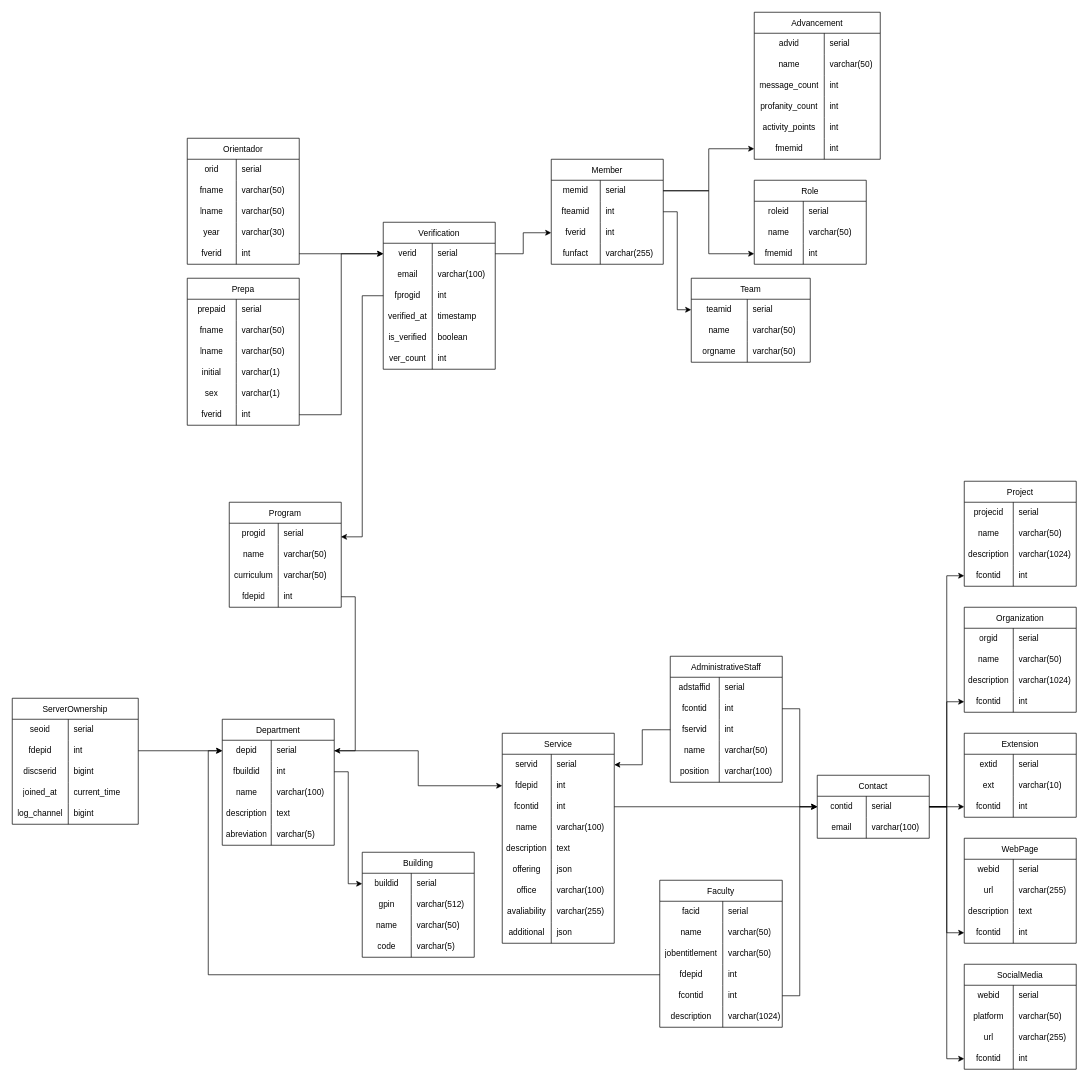
This is schema/Untitled Diagram.drawio from AlfredoSoto1/BotOrientador, a draw.io file, before an edit. Source tidied: cells renumbered, new cells numbered last; positions are measured from the earlier drawing's top-left corner, leaving out a move shared by most shapes. Both pictures are drawn from the tidied source at 70%, with x=0, y=0 at pixel (12, 12).
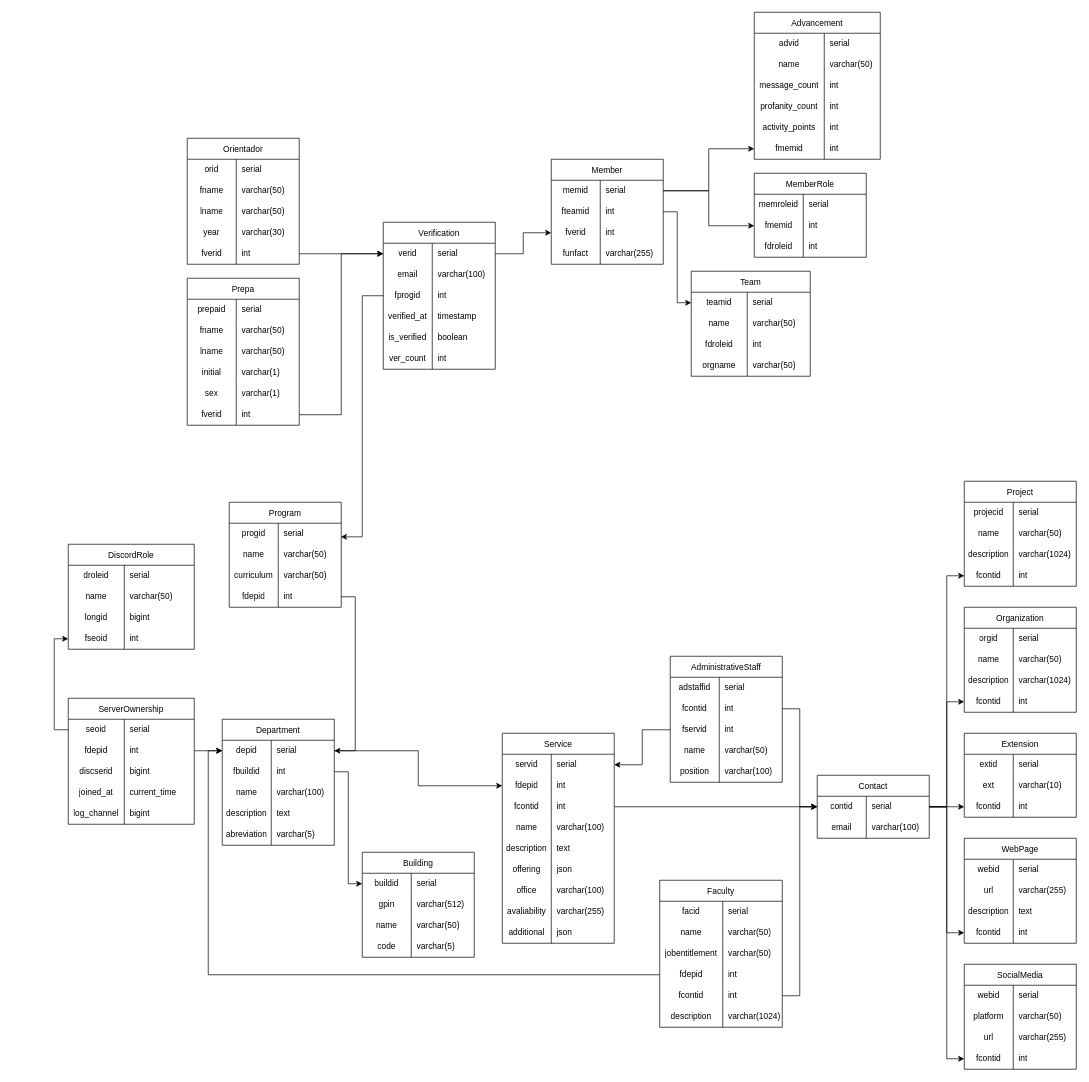
After the change.

Unchanged cells that the change refers to:
```xml
<mxCell id="232" style="shape=tableRow;horizontal=0;startSize=0;swimlaneHead=0;swimlaneBody=0;top=0;left=0;bottom=0;right=0;fillColor=none;points=[[0,0.5],[1,0.5]];portConstraint=eastwest;strokeColor=inherit;fontSize=12;" parent="231" vertex="1">
  <mxGeometry y="30" width="180" height="30" as="geometry" />
</mxCell>
<mxCell id="249" style="shape=tableRow;horizontal=0;startSize=0;swimlaneHead=0;swimlaneBody=0;top=0;left=0;bottom=0;right=0;fillColor=none;strokeColor=inherit;fontSize=12;" parent="248" vertex="1">
  <mxGeometry y="30" width="160" height="30" as="geometry" />
</mxCell>
```

What changed in the source:
```diff
@@
     <mxCell id="69" value="Team" style="shape=table;startSize=30;childLayout=tableLayout;rowLines=0;fontStyle=0;strokeColor=default;fontSize=12;" parent="1" vertex="1">
-      <mxGeometry x="970" y="380" width="170" height="120" as="geometry" />
+      <mxGeometry x="970" y="370" width="170" height="150" as="geometry" />
     </mxCell>
@@
+    <mxCell id="320" style="shape=tableRow;horizontal=0;startSize=0;swimlaneHead=0;swimlaneBody=0;top=0;left=0;bottom=0;right=0;fillColor=none;strokeColor=inherit;fontSize=12;" parent="69" vertex="1">
+      <mxGeometry y="90" width="170" height="30" as="geometry" />
+    </mxCell>
+    <mxCell id="321" value="fdroleid" style="shape=partialRectangle;html=1;whiteSpace=wrap;fillColor=none;top=0;left=0;bottom=0;right=0;overflow=hidden;strokeColor=inherit;fontSize=12;" parent="320" vertex="1">
+      <mxGeometry width="80" height="30" as="geometry" />
+    </mxCell>
+    <mxCell id="322" value="int" style="shape=partialRectangle;html=1;whiteSpace=wrap;fillColor=none;top=0;left=0;bottom=0;right=0;align=left;spacingLeft=6;overflow=hidden;strokeColor=inherit;fontSize=12;" parent="320" vertex="1">
+      <mxGeometry x="80" width="90" height="30" as="geometry" />
+    </mxCell>
     <mxCell id="76" style="shape=tableRow;horizontal=0;startSize=0;swimlaneHead=0;swimlaneBody=0;top=0;left=0;bottom=0;right=0;fillColor=none;strokeColor=inherit;fontSize=12;" parent="69" vertex="1">
-      <mxGeometry y="90" width="170" height="30" as="geometry" />
+      <mxGeometry y="120" width="170" height="30" as="geometry" />
     </mxCell>
@@
     <mxCell id="231" value="ServerOwnership" style="shape=table;startSize=30;childLayout=tableLayout;rowLines=0;fontStyle=0;strokeColor=default;fontSize=12;" parent="1" vertex="1">
-      <mxGeometry y="980" width="180" height="180" as="geometry" />
+      <mxGeometry x="80" y="980" width="180" height="180" as="geometry" />
     </mxCell>
@@
-    <mxCell id="248" value="Role" style="shape=table;startSize=30;childLayout=tableLayout;rowLines=0;fontStyle=0;strokeColor=default;fontSize=12;" parent="1" vertex="1">
-      <mxGeometry x="1060" y="240" width="160" height="120" as="geometry" />
+    <mxCell id="248" value="MemberRole" style="shape=table;startSize=30;childLayout=tableLayout;rowLines=0;fontStyle=0;strokeColor=default;fontSize=12;" parent="1" vertex="1">
+      <mxGeometry x="1060" y="230" width="160" height="120" as="geometry" />
     </mxCell>
@@
-    <mxCell id="250" value="roleid" style="shape=partialRectangle;html=1;whiteSpace=wrap;fillColor=none;top=0;left=0;bottom=0;right=0;overflow=hidden;strokeColor=inherit;fontSize=12;spacing=2;" parent="249" vertex="1">
+    <mxCell id="250" value="memroleid" style="shape=partialRectangle;html=1;whiteSpace=wrap;fillColor=none;top=0;left=0;bottom=0;right=0;overflow=hidden;strokeColor=inherit;fontSize=12;spacing=2;" parent="249" vertex="1">
       <mxGeometry width="70" height="30" as="geometry" />
     </mxCell>
@@
-    <mxCell id="252" style="shape=tableRow;horizontal=0;startSize=0;swimlaneHead=0;swimlaneBody=0;top=0;left=0;bottom=0;right=0;fillColor=none;strokeColor=inherit;fontSize=12;" parent="248" vertex="1">
-      <mxGeometry y="60" width="160" height="30" as="geometry" />
-    </mxCell>
-    <mxCell id="253" value="name" style="shape=partialRectangle;html=1;whiteSpace=wrap;fillColor=none;top=0;left=0;bottom=0;right=0;overflow=hidden;strokeColor=inherit;fontSize=12;" parent="252" vertex="1">
-      <mxGeometry width="70" height="30" as="geometry" />
-    </mxCell>
-    <mxCell id="254" value="varchar(50)" style="shape=partialRectangle;html=1;whiteSpace=wrap;fillColor=none;top=0;left=0;bottom=0;right=0;align=left;spacingLeft=6;overflow=hidden;strokeColor=inherit;fontSize=12;" parent="252" vertex="1">
-      <mxGeometry x="70" width="90" height="30" as="geometry" />
-    </mxCell>
     <mxCell id="255" style="shape=tableRow;horizontal=0;startSize=0;swimlaneHead=0;swimlaneBody=0;top=0;left=0;bottom=0;right=0;fillColor=none;points=[[0,0.5],[1,0.5]];portConstraint=eastwest;strokeColor=inherit;fontSize=12;" parent="248" vertex="1">
-      <mxGeometry y="90" width="160" height="30" as="geometry" />
+      <mxGeometry y="60" width="160" height="30" as="geometry" />
     </mxCell>
@@
+    <mxCell id="323" style="shape=tableRow;horizontal=0;startSize=0;swimlaneHead=0;swimlaneBody=0;top=0;left=0;bottom=0;right=0;fillColor=none;strokeColor=inherit;fontSize=12;" parent="248" vertex="1">
+      <mxGeometry y="90" width="160" height="30" as="geometry" />
+    </mxCell>
+    <mxCell id="324" value="fdroleid" style="shape=partialRectangle;html=1;whiteSpace=wrap;fillColor=none;top=0;left=0;bottom=0;right=0;overflow=hidden;strokeColor=inherit;fontSize=12;" parent="323" vertex="1">
+      <mxGeometry width="70" height="30" as="geometry" />
+    </mxCell>
+    <mxCell id="325" value="int" style="shape=partialRectangle;html=1;whiteSpace=wrap;fillColor=none;top=0;left=0;bottom=0;right=0;align=left;spacingLeft=6;overflow=hidden;strokeColor=inherit;fontSize=12;" parent="323" vertex="1">
+      <mxGeometry x="70" width="90" height="30" as="geometry" />
+    </mxCell>
@@
+    <mxCell id="326" value="DiscordRole" style="shape=table;startSize=30;childLayout=tableLayout;rowLines=0;fontStyle=0;strokeColor=default;fontSize=12;" parent="1" vertex="1">
+      <mxGeometry x="80" y="760" width="180" height="150" as="geometry" />
+    </mxCell>
+    <mxCell id="327" style="shape=tableRow;horizontal=0;startSize=0;swimlaneHead=0;swimlaneBody=0;top=0;left=0;bottom=0;right=0;fillColor=none;strokeColor=inherit;fontSize=12;" parent="326" vertex="1">
+      <mxGeometry y="30" width="180" height="30" as="geometry" />
+    </mxCell>
+    <mxCell id="328" value="droleid" style="shape=partialRectangle;html=1;whiteSpace=wrap;fillColor=none;top=0;left=0;bottom=0;right=0;overflow=hidden;strokeColor=inherit;fontSize=12;spacing=2;" parent="327" vertex="1">
+      <mxGeometry width="80" height="30" as="geometry" />
+    </mxCell>
+    <mxCell id="329" value="serial" style="shape=partialRectangle;html=1;whiteSpace=wrap;fillColor=none;top=0;left=0;bottom=0;right=0;align=left;spacingLeft=6;overflow=hidden;strokeColor=inherit;fontSize=12;" parent="327" vertex="1">
+      <mxGeometry x="80" width="100" height="30" as="geometry" />
+    </mxCell>
+    <mxCell id="330" style="shape=tableRow;horizontal=0;startSize=0;swimlaneHead=0;swimlaneBody=0;top=0;left=0;bottom=0;right=0;fillColor=none;strokeColor=inherit;fontSize=12;" parent="326" vertex="1">
+      <mxGeometry y="60" width="180" height="30" as="geometry" />
+    </mxCell>
+    <mxCell id="253" value="name" style="shape=partialRectangle;html=1;whiteSpace=wrap;fillColor=none;top=0;left=0;bottom=0;right=0;overflow=hidden;strokeColor=inherit;fontSize=12;spacing=2;" parent="330" vertex="1">
+      <mxGeometry width="80" height="30" as="geometry" />
+    </mxCell>
+    <mxCell id="254" value="varchar(50)" style="shape=partialRectangle;html=1;whiteSpace=wrap;fillColor=none;top=0;left=0;bottom=0;right=0;align=left;spacingLeft=6;overflow=hidden;strokeColor=inherit;fontSize=12;" parent="330" vertex="1">
+      <mxGeometry x="80" width="100" height="30" as="geometry" />
+    </mxCell>
+    <mxCell id="331" style="shape=tableRow;horizontal=0;startSize=0;swimlaneHead=0;swimlaneBody=0;top=0;left=0;bottom=0;right=0;fillColor=none;strokeColor=inherit;fontSize=12;" parent="326" vertex="1">
+      <mxGeometry y="90" width="180" height="30" as="geometry" />
+    </mxCell>
+    <mxCell id="332" value="longid" style="shape=partialRectangle;html=1;whiteSpace=wrap;fillColor=none;top=0;left=0;bottom=0;right=0;overflow=hidden;strokeColor=inherit;fontSize=12;" parent="331" vertex="1">
+      <mxGeometry width="80" height="30" as="geometry" />
+    </mxCell>
+    <mxCell id="333" value="bigint" style="shape=partialRectangle;html=1;whiteSpace=wrap;fillColor=none;top=0;left=0;bottom=0;right=0;align=left;spacingLeft=6;overflow=hidden;strokeColor=inherit;fontSize=12;" parent="331" vertex="1">
+      <mxGeometry x="80" width="100" height="30" as="geometry" />
+    </mxCell>
+    <mxCell id="334" style="shape=tableRow;horizontal=0;startSize=0;swimlaneHead=0;swimlaneBody=0;top=0;left=0;bottom=0;right=0;fillColor=none;points=[[0,0.5],[1,0.5]];portConstraint=eastwest;strokeColor=inherit;fontSize=12;" parent="326" vertex="1">
+      <mxGeometry y="120" width="180" height="30" as="geometry" />
+    </mxCell>
+    <mxCell id="335" value="fseoid" style="shape=partialRectangle;html=1;whiteSpace=wrap;fillColor=none;top=0;left=0;bottom=0;right=0;overflow=hidden;strokeColor=inherit;fontSize=12;" parent="334" vertex="1">
+      <mxGeometry width="80" height="30" as="geometry" />
+    </mxCell>
+    <mxCell id="336" value="int" style="shape=partialRectangle;html=1;whiteSpace=wrap;fillColor=none;top=0;left=0;bottom=0;right=0;align=left;spacingLeft=6;overflow=hidden;strokeColor=inherit;fontSize=12;" parent="334" vertex="1">
+      <mxGeometry x="80" width="100" height="30" as="geometry" />
+    </mxCell>
+    <mxCell id="337" style="edgeStyle=orthogonalEdgeStyle;rounded=0;jettySize=auto;html=1;exitX=0;exitY=0.5;exitDx=0;exitDy=0;entryX=0;entryY=0.5;entryDx=0;entryDy=0;" parent="1" edge="1" source="232" target="334">
+      <mxGeometry relative="1" as="geometry" />
+    </mxCell>
```
